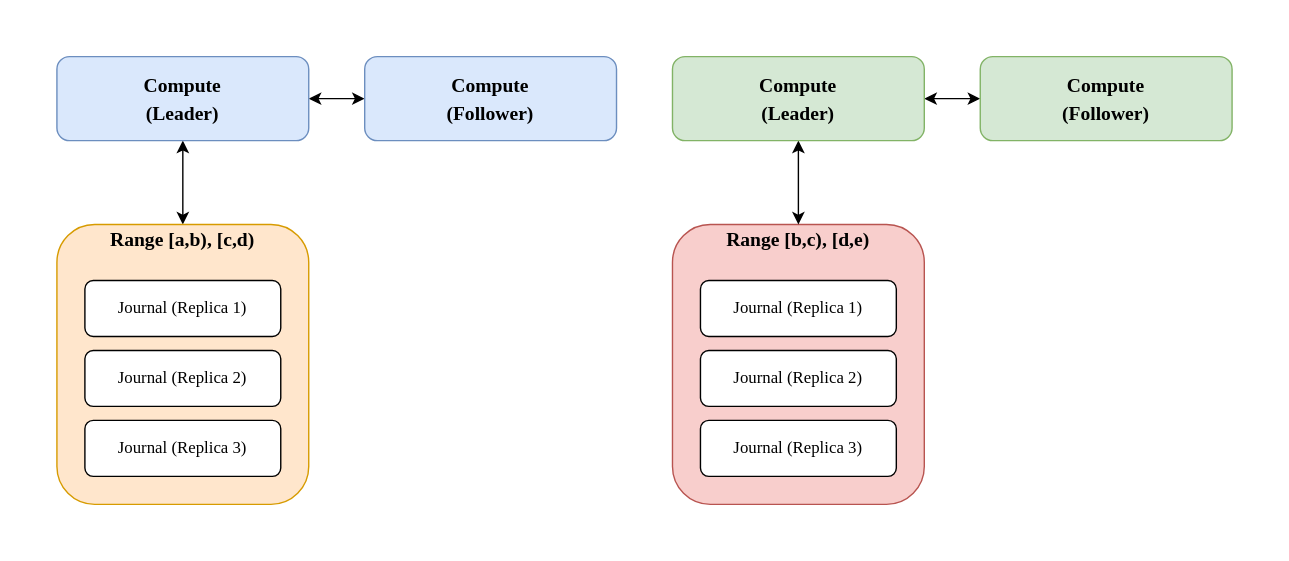
Above: docs/images/20210808-database-shards.drawio.svg in engula/engula (draw.io), before the change. Source tidied: cells renumbered, new cells last; positions are measured from the earlier drawing's top-left corner, leaving out a move shared by most shapes.
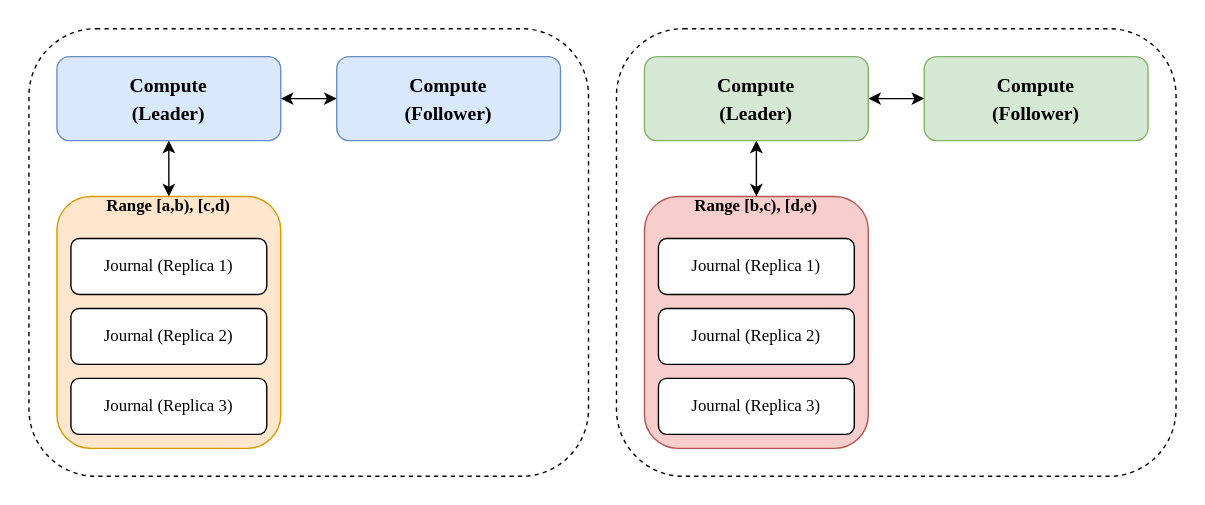
After the commit.

The edit, as a diff of the source:
```diff
@@ -3,8 +3,14 @@
     <mxCell id="0" />
     <mxCell id="1" parent="0" />
     <mxCell id="2" style="rounded=0;whiteSpace=wrap;html=1;strokeColor=none;" parent="1" vertex="1">
-      <mxGeometry width="920" height="400" as="geometry" />
+      <mxGeometry x="20" y="20" width="860" height="360" as="geometry" />
     </mxCell>
+    <mxCell id="19" style="rounded=1;whiteSpace=wrap;html=1;fillColor=none;dashed=1;" parent="1" vertex="1">
+      <mxGeometry x="40" y="40" width="400" height="320" as="geometry" />
+    </mxCell>
+    <mxCell id="20" style="rounded=1;whiteSpace=wrap;html=1;fillColor=none;dashed=1;" parent="1" vertex="1">
+      <mxGeometry x="460" y="40" width="400" height="320" as="geometry" />
+    </mxCell>
     <mxCell id="3" style="edgeStyle=orthogonalEdgeStyle;rounded=0;jettySize=auto;html=1;fontFamily=Operator Mono;startArrow=classic;startFill=1;" parent="1" edge="1" source="5" target="6">
       <mxGeometry relative="1" as="geometry" />
     </mxCell>
@@ -12,34 +18,34 @@
       <mxGeometry relative="1" as="geometry" />
     </mxCell>
     <mxCell id="5" value="&lt;font style=&quot;font-size: 16px&quot;&gt;&lt;b style=&quot;font-size: 14px&quot;&gt;&lt;font face=&quot;Operator Mono&quot; style=&quot;font-size: 14px&quot;&gt;Compute&lt;br&gt;(Leader)&lt;/font&gt;&lt;br&gt;&lt;/b&gt;&lt;/font&gt;" style="rounded=1;whiteSpace=wrap;html=1;fillColor=#dae8fc;strokeColor=#6c8ebf;" parent="1" vertex="1">
-      <mxGeometry x="40" y="40" width="180" height="60" as="geometry" />
+      <mxGeometry x="60" y="60" width="160" height="60" as="geometry" />
     </mxCell>
     <mxCell id="6" value="&lt;font style=&quot;font-size: 16px&quot;&gt;&lt;b style=&quot;font-size: 14px&quot;&gt;&lt;font face=&quot;Operator Mono&quot; style=&quot;font-size: 14px&quot;&gt;Compute&lt;br&gt;(Follower)&lt;/font&gt;&lt;br&gt;&lt;/b&gt;&lt;/font&gt;" style="rounded=1;whiteSpace=wrap;html=1;fillColor=#dae8fc;strokeColor=#6c8ebf;" parent="1" vertex="1">
-      <mxGeometry x="260" y="40" width="180" height="60" as="geometry" />
+      <mxGeometry x="260" y="60" width="160" height="60" as="geometry" />
     </mxCell>
-    <mxCell id="7" value="&lt;font style=&quot;font-size: 14px&quot;&gt;&lt;b&gt;&lt;font face=&quot;Operator Mono&quot; style=&quot;font-size: 14px&quot;&gt;&lt;font style=&quot;font-size: 14px&quot;&gt;Range [a,b), [c,d)&lt;br&gt;&lt;/font&gt;&lt;br&gt;&lt;br&gt;&lt;br&gt;&lt;br&gt;&lt;br&gt;&lt;br&gt;&lt;br&gt;&lt;br&gt;&lt;br&gt;&lt;/font&gt;&lt;br&gt;&lt;/b&gt;&lt;/font&gt;" style="rounded=1;whiteSpace=wrap;html=1;fillColor=#ffe6cc;strokeColor=#d79b00;" parent="1" vertex="1">
-      <mxGeometry x="40" y="160" width="180" height="200" as="geometry" />
+    <mxCell id="7" value="&lt;font style=&quot;font-size: 14px&quot;&gt;&lt;b style=&quot;font-size: 12px&quot;&gt;&lt;font face=&quot;Operator Mono&quot; style=&quot;font-size: 12px&quot;&gt;&lt;font style=&quot;font-size: 12px&quot;&gt;Range [a,b), [c,d)&lt;br&gt;&lt;/font&gt;&lt;br&gt;&lt;br&gt;&lt;br&gt;&lt;br&gt;&lt;br&gt;&lt;br&gt;&lt;br&gt;&lt;br&gt;&lt;br&gt;&lt;/font&gt;&lt;br&gt;&lt;/b&gt;&lt;/font&gt;" style="rounded=1;whiteSpace=wrap;html=1;fillColor=#ffe6cc;strokeColor=#d79b00;" parent="1" vertex="1">
+      <mxGeometry x="60" y="160" width="160" height="180" as="geometry" />
     </mxCell>
     <mxCell id="8" value="&lt;font&gt;&lt;font face=&quot;Operator Mono&quot; style=&quot;font-size: 12px&quot;&gt;Journal (Replica 1)&lt;/font&gt;&lt;br&gt;&lt;/font&gt;" style="rounded=1;whiteSpace=wrap;html=1;" parent="1" vertex="1">
-      <mxGeometry x="60" y="200" width="140" height="40" as="geometry" />
+      <mxGeometry x="70" y="190" width="140" height="40" as="geometry" />
     </mxCell>
     <mxCell id="9" value="&lt;font&gt;&lt;font face=&quot;Operator Mono&quot; style=&quot;font-size: 12px&quot;&gt;Journal (Replica 2)&lt;/font&gt;&lt;br&gt;&lt;/font&gt;" style="rounded=1;whiteSpace=wrap;html=1;" parent="1" vertex="1">
-      <mxGeometry x="60" y="250" width="140" height="40" as="geometry" />
+      <mxGeometry x="70" y="240" width="140" height="40" as="geometry" />
     </mxCell>
     <mxCell id="10" value="&lt;font&gt;&lt;font face=&quot;Operator Mono&quot; style=&quot;font-size: 12px&quot;&gt;Journal (Replica 3)&lt;/font&gt;&lt;br&gt;&lt;/font&gt;" style="rounded=1;whiteSpace=wrap;html=1;" parent="1" vertex="1">
-      <mxGeometry x="60" y="300" width="140" height="40" as="geometry" />
+      <mxGeometry x="70" y="290" width="140" height="40" as="geometry" />
     </mxCell>
-    <mxCell id="11" value="&lt;font style=&quot;font-size: 14px&quot;&gt;&lt;b&gt;&lt;font face=&quot;Operator Mono&quot; style=&quot;font-size: 14px&quot;&gt;Range [b,c), [d,e)&lt;br&gt;&lt;br&gt;&lt;br&gt;&lt;br&gt;&lt;br&gt;&lt;br&gt;&lt;br&gt;&lt;br&gt;&lt;br&gt;&lt;br&gt;&lt;/font&gt;&lt;br&gt;&lt;/b&gt;&lt;/font&gt;" style="rounded=1;whiteSpace=wrap;html=1;fillColor=#f8cecc;strokeColor=#b85450;" parent="1" vertex="1">
-      <mxGeometry x="480" y="160" width="180" height="200" as="geometry" />
+    <mxCell id="11" value="&lt;font style=&quot;font-size: 14px&quot;&gt;&lt;b style=&quot;font-size: 12px&quot;&gt;&lt;font face=&quot;Operator Mono&quot; style=&quot;font-size: 12px&quot;&gt;Range [b,c), [d,e)&lt;br&gt;&lt;br&gt;&lt;br&gt;&lt;br&gt;&lt;br&gt;&lt;br&gt;&lt;br&gt;&lt;br&gt;&lt;br&gt;&lt;br&gt;&lt;/font&gt;&lt;br&gt;&lt;/b&gt;&lt;/font&gt;" style="rounded=1;whiteSpace=wrap;html=1;fillColor=#f8cecc;strokeColor=#b85450;" parent="1" vertex="1">
+      <mxGeometry x="480" y="160" width="160" height="180" as="geometry" />
     </mxCell>
     <mxCell id="12" value="&lt;font&gt;&lt;font face=&quot;Operator Mono&quot; style=&quot;font-size: 12px&quot;&gt;Journal (Replica 1)&lt;/font&gt;&lt;br&gt;&lt;/font&gt;" style="rounded=1;whiteSpace=wrap;html=1;" parent="1" vertex="1">
-      <mxGeometry x="500" y="200" width="140" height="40" as="geometry" />
+      <mxGeometry x="490" y="190" width="140" height="40" as="geometry" />
     </mxCell>
     <mxCell id="13" value="&lt;font&gt;&lt;font face=&quot;Operator Mono&quot; style=&quot;font-size: 12px&quot;&gt;Journal (Replica 2)&lt;/font&gt;&lt;br&gt;&lt;/font&gt;" style="rounded=1;whiteSpace=wrap;html=1;" parent="1" vertex="1">
-      <mxGeometry x="500" y="250" width="140" height="40" as="geometry" />
+      <mxGeometry x="490" y="240" width="140" height="40" as="geometry" />
     </mxCell>
     <mxCell id="14" value="&lt;font&gt;&lt;font face=&quot;Operator Mono&quot; style=&quot;font-size: 12px&quot;&gt;Journal (Replica 3)&lt;/font&gt;&lt;br&gt;&lt;/font&gt;" style="rounded=1;whiteSpace=wrap;html=1;" parent="1" vertex="1">
-      <mxGeometry x="500" y="300" width="140" height="40" as="geometry" />
+      <mxGeometry x="490" y="290" width="140" height="40" as="geometry" />
     </mxCell>
     <mxCell id="15" style="edgeStyle=orthogonalEdgeStyle;rounded=0;jettySize=auto;html=1;fontFamily=Operator Mono;startArrow=classic;startFill=1;" parent="1" edge="1" source="17" target="18">
       <mxGeometry relative="1" as="geometry" />
@@ -48,10 +54,10 @@
       <mxGeometry relative="1" as="geometry" />
     </mxCell>
     <mxCell id="17" value="&lt;font style=&quot;font-size: 16px&quot;&gt;&lt;b style=&quot;font-size: 14px&quot;&gt;&lt;font face=&quot;Operator Mono&quot; style=&quot;font-size: 14px&quot;&gt;Compute&lt;br&gt;(Leader)&lt;/font&gt;&lt;br&gt;&lt;/b&gt;&lt;/font&gt;" style="rounded=1;whiteSpace=wrap;html=1;fillColor=#d5e8d4;strokeColor=#82b366;" parent="1" vertex="1">
-      <mxGeometry x="480" y="40" width="180" height="60" as="geometry" />
+      <mxGeometry x="480" y="60" width="160" height="60" as="geometry" />
     </mxCell>
     <mxCell id="18" value="&lt;font style=&quot;font-size: 16px&quot;&gt;&lt;b style=&quot;font-size: 14px&quot;&gt;&lt;font face=&quot;Operator Mono&quot; style=&quot;font-size: 14px&quot;&gt;Compute&lt;br&gt;(Follower)&lt;/font&gt;&lt;br&gt;&lt;/b&gt;&lt;/font&gt;" style="rounded=1;whiteSpace=wrap;html=1;fillColor=#d5e8d4;strokeColor=#82b366;" parent="1" vertex="1">
-      <mxGeometry x="700" y="40" width="180" height="60" as="geometry" />
+      <mxGeometry x="680" y="60" width="160" height="60" as="geometry" />
     </mxCell>
   </root>
 </mxGraphModel>
```
